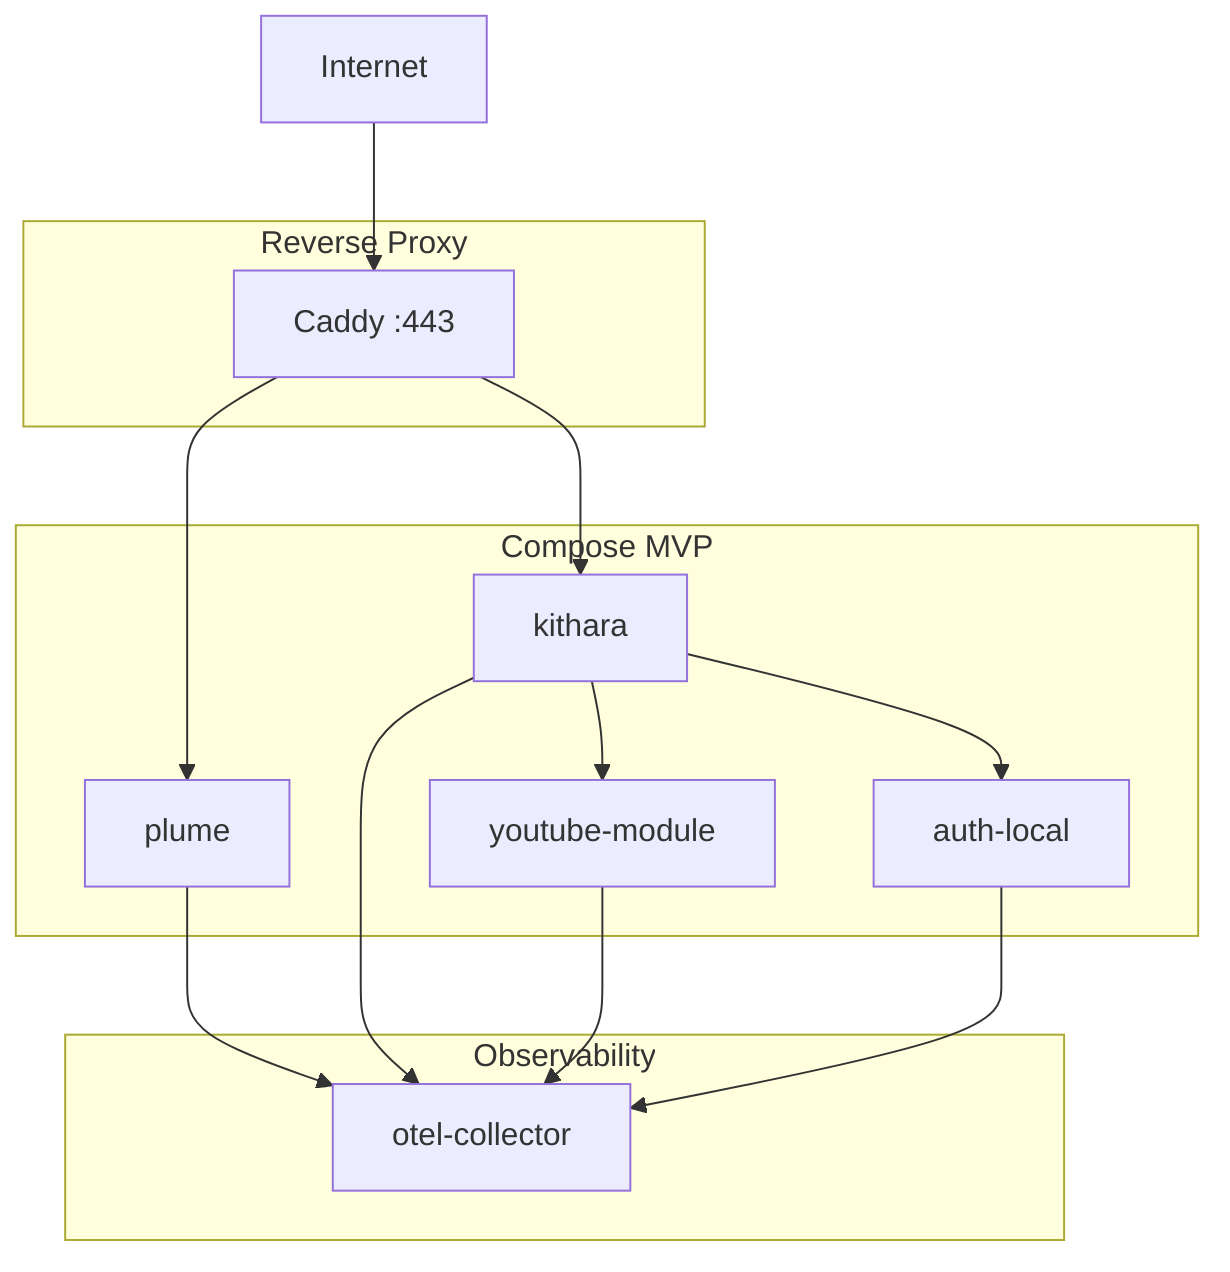
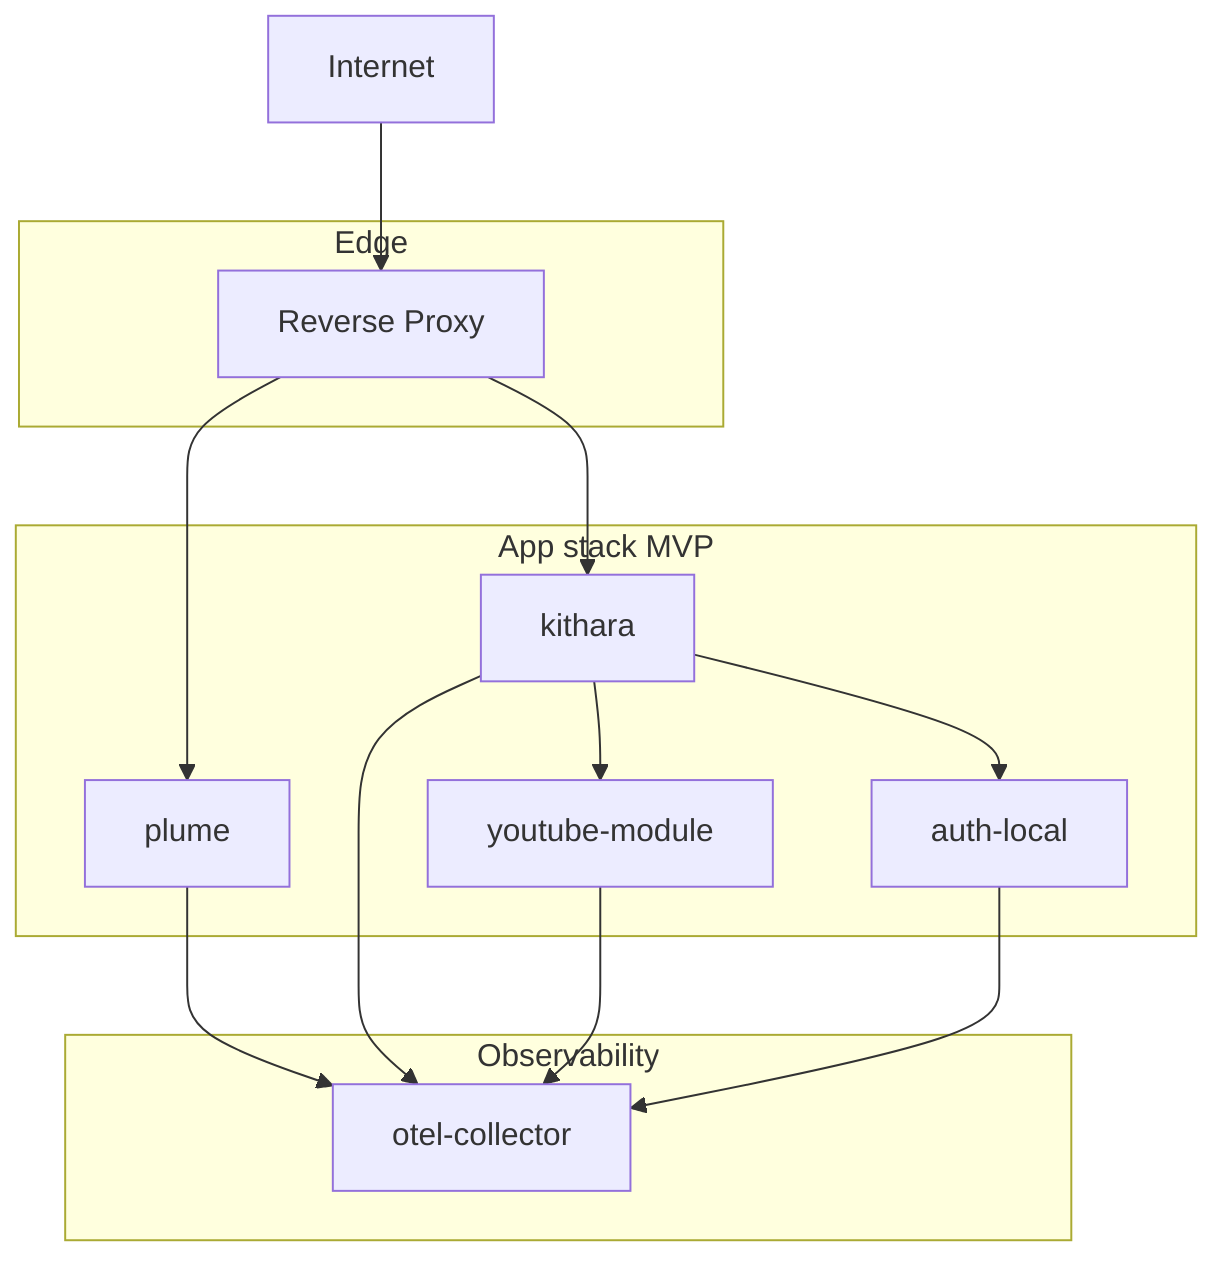
flowchart TB
-   subgraph proxy [Reverse Proxy]
-     P[Caddy :443]
+   subgraph edge [Edge]
+     P[Reverse Proxy]
  end
-   subgraph apps [Compose MVP]
+   subgraph apps [App stack MVP]
    Plume[plume]
    Kithara[kithara]
    YT[youtube-module]
    Auth[auth-local]
  end
  subgraph observe [Observability]
    OTel[otel-collector]
  end
  Internet --> P
  P --> Plume
  P --> Kithara
  Kithara --> YT
  Kithara --> Auth
  Plume --> OTel
  Kithara --> OTel
  YT --> OTel
  Auth --> OTel
